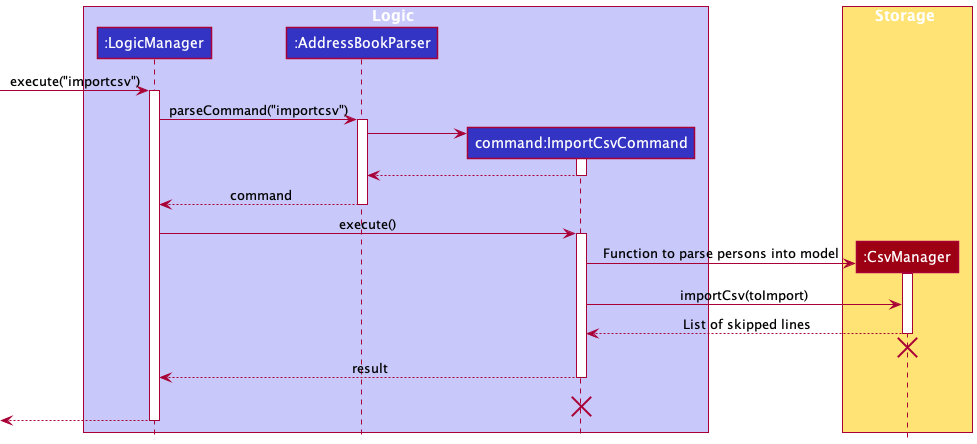
Above: docs/images/ImportCsvSequenceDiagram.png in nus-cs2103-AY2122S2/tp (PlantUML), before the change. Its source is kept beside it as docs/diagrams/ImportCsvSequenceDiagram.puml.
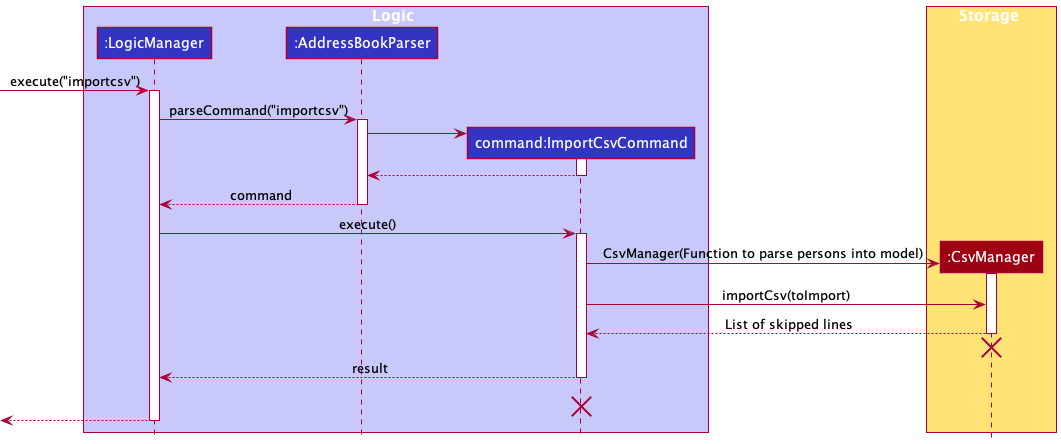
The same file after the commit.

Diff of the diagram source:
```diff
@@ -31,7 +31,7 @@
 
 
 create CsvManager
-ImportCsvCommand -> CsvManager : Function to parse persons into model
+ImportCsvCommand -> CsvManager : CsvManager(Function to parse persons into model)
 
 activate CsvManager
 ImportCsvCommand -> CsvManager : importCsv(toImport)
```
